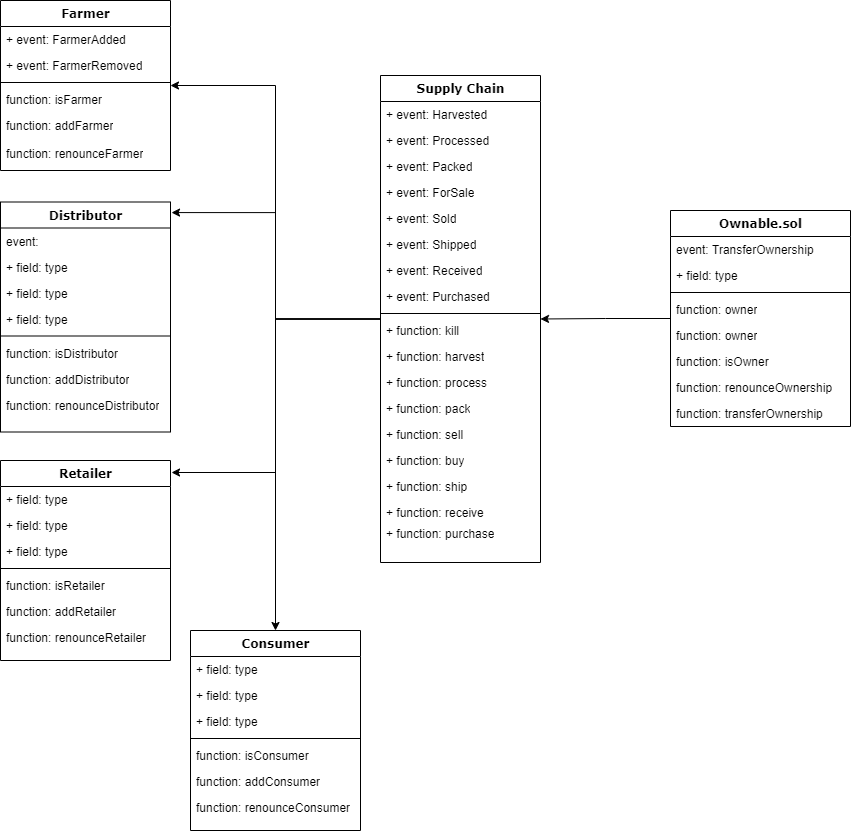
This is uml/clases.png from alejandroe4/EthereumDappforTrackingItemsthroughSupplyChain, a draw.io export, as it was before one commit. Source tidied: cells renumbered, new cells last; positions are measured from the earlier drawing's top-left corner, leaving out a move shared by most shapes.
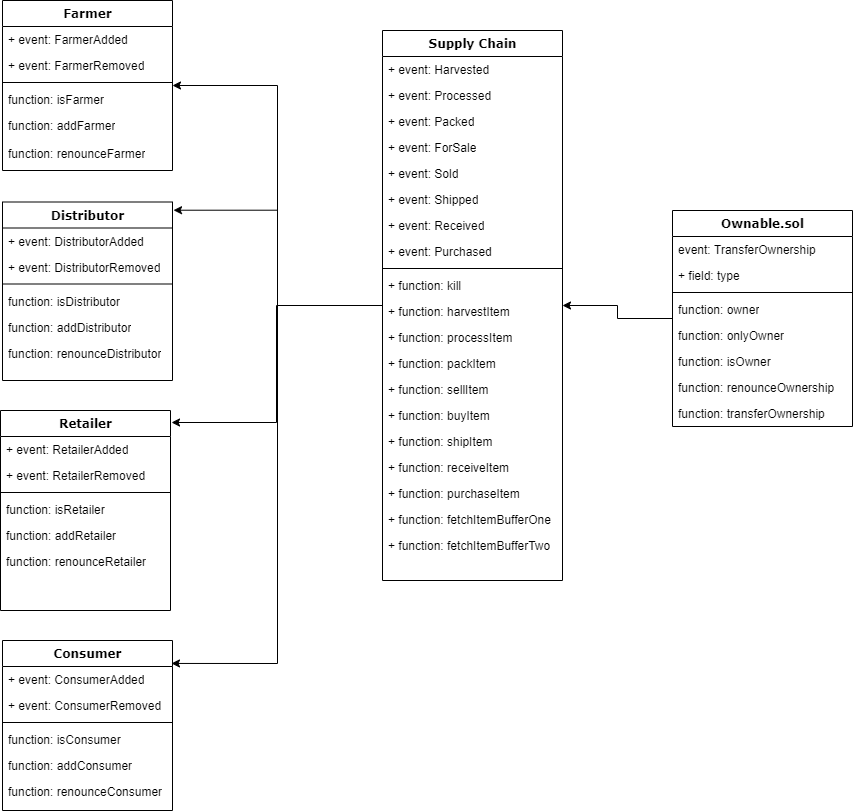
After the change.

What changed in the source:
```diff
@@ -29,63 +29,72 @@
     <mxCell id="10" style="edgeStyle=orthogonalEdgeStyle;rounded=0;jettySize=auto;html=1;" parent="1" edge="1" source="12" target="2">
       <mxGeometry relative="1" as="geometry" />
     </mxCell>
-    <mxCell id="11" style="edgeStyle=orthogonalEdgeStyle;rounded=0;jettySize=auto;html=1;" parent="1" edge="1" source="12" target="59">
+    <mxCell id="11" style="edgeStyle=orthogonalEdgeStyle;rounded=0;jettySize=auto;html=1;entryX=0.994;entryY=0.135;entryDx=0;entryDy=0;entryPerimeter=0;" parent="1" edge="1" source="12" target="59">
       <mxGeometry relative="1" as="geometry" />
     </mxCell>
     <mxCell id="12" value="Supply Chain" style="swimlane;html=1;fontStyle=1;align=center;verticalAlign=top;horizontal=1;startSize=26;swimlaneFillColor=#ffffff;rounded=0;shadow=0;comic=0;labelBackgroundColor=none;strokeWidth=1;fillColor=none;fontFamily=Verdana;fontSize=12;" parent="1" vertex="1">
-      <mxGeometry x="380" y="75" width="160" height="487" as="geometry" />
+      <mxGeometry x="380" y="30" width="180" height="550" as="geometry" />
     </mxCell>
     <mxCell id="13" value="+ event: Harvested" style="text;html=1;strokeColor=none;fillColor=none;align=left;verticalAlign=top;spacingLeft=4;spacingRight=4;whiteSpace=wrap;overflow=hidden;" parent="12" vertex="1">
-      <mxGeometry y="26" width="160" height="26" as="geometry" />
+      <mxGeometry y="26" width="180" height="26" as="geometry" />
     </mxCell>
     <mxCell id="14" value="+ event: Processed" style="text;html=1;strokeColor=none;fillColor=none;align=left;verticalAlign=top;spacingLeft=4;spacingRight=4;whiteSpace=wrap;overflow=hidden;" parent="12" vertex="1">
-      <mxGeometry y="52" width="160" height="26" as="geometry" />
+      <mxGeometry y="52" width="180" height="26" as="geometry" />
     </mxCell>
     <mxCell id="15" value="+ event: Packed" style="text;html=1;strokeColor=none;fillColor=none;align=left;verticalAlign=top;spacingLeft=4;spacingRight=4;whiteSpace=wrap;overflow=hidden;" parent="12" vertex="1">
-      <mxGeometry y="78" width="160" height="26" as="geometry" />
+      <mxGeometry y="78" width="180" height="26" as="geometry" />
     </mxCell>
     <mxCell id="16" value="+ event: ForSale" style="text;html=1;strokeColor=none;fillColor=none;align=left;verticalAlign=top;spacingLeft=4;spacingRight=4;whiteSpace=wrap;overflow=hidden;" parent="12" vertex="1">
-      <mxGeometry y="104" width="160" height="26" as="geometry" />
+      <mxGeometry y="104" width="180" height="26" as="geometry" />
     </mxCell>
     <mxCell id="17" value="+ event: Sold" style="text;html=1;strokeColor=none;fillColor=none;align=left;verticalAlign=top;spacingLeft=4;spacingRight=4;whiteSpace=wrap;overflow=hidden;" parent="12" vertex="1">
-      <mxGeometry y="130" width="160" height="26" as="geometry" />
+      <mxGeometry y="130" width="180" height="26" as="geometry" />
     </mxCell>
     <mxCell id="18" value="+ event: Shipped" style="text;html=1;strokeColor=none;fillColor=none;align=left;verticalAlign=top;spacingLeft=4;spacingRight=4;whiteSpace=wrap;overflow=hidden;" parent="12" vertex="1">
-      <mxGeometry y="156" width="160" height="26" as="geometry" />
+      <mxGeometry y="156" width="180" height="26" as="geometry" />
     </mxCell>
     <mxCell id="19" value="+ event: Received" style="text;html=1;strokeColor=none;fillColor=none;align=left;verticalAlign=top;spacingLeft=4;spacingRight=4;whiteSpace=wrap;overflow=hidden;" parent="12" vertex="1">
-      <mxGeometry y="182" width="160" height="26" as="geometry" />
+      <mxGeometry y="182" width="180" height="26" as="geometry" />
     </mxCell>
     <mxCell id="20" value="+ event: Purchased" style="text;html=1;strokeColor=none;fillColor=none;align=left;verticalAlign=top;spacingLeft=4;spacingRight=4;whiteSpace=wrap;overflow=hidden;" parent="12" vertex="1">
-      <mxGeometry y="208" width="160" height="26" as="geometry" />
+      <mxGeometry y="208" width="180" height="26" as="geometry" />
     </mxCell>
     <mxCell id="21" style="line;html=1;strokeWidth=1;fillColor=none;align=left;verticalAlign=middle;spacingTop=-1;spacingLeft=3;spacingRight=3;labelPosition=right;" parent="12" vertex="1">
-      <mxGeometry y="234" width="160" height="8" as="geometry" />
+      <mxGeometry y="234" width="180" height="8" as="geometry" />
     </mxCell>
     <mxCell id="22" value="+ function: kill" style="text;html=1;strokeColor=none;fillColor=none;align=left;verticalAlign=top;spacingLeft=4;spacingRight=4;whiteSpace=wrap;overflow=hidden;" parent="12" vertex="1">
-      <mxGeometry y="242" width="160" height="26" as="geometry" />
+      <mxGeometry y="242" width="180" height="26" as="geometry" />
     </mxCell>
-    <mxCell id="23" value="+ function: harvest" style="text;html=1;strokeColor=none;fillColor=none;align=left;verticalAlign=top;spacingLeft=4;spacingRight=4;whiteSpace=wrap;overflow=hidden;" parent="12" vertex="1">
-      <mxGeometry y="268" width="160" height="26" as="geometry" />
+    <mxCell id="23" value="+ function: harvestItem" style="text;html=1;strokeColor=none;fillColor=none;align=left;verticalAlign=top;spacingLeft=4;spacingRight=4;whiteSpace=wrap;overflow=hidden;" parent="12" vertex="1">
+      <mxGeometry y="268" width="180" height="26" as="geometry" />
     </mxCell>
-    <mxCell id="24" value="+ function: process" style="text;html=1;strokeColor=none;fillColor=none;align=left;verticalAlign=top;spacingLeft=4;spacingRight=4;whiteSpace=wrap;overflow=hidden;" parent="12" vertex="1">
-      <mxGeometry y="294" width="160" height="26" as="geometry" />
+    <mxCell id="24" value="+ function: processItem" style="text;html=1;strokeColor=none;fillColor=none;align=left;verticalAlign=top;spacingLeft=4;spacingRight=4;whiteSpace=wrap;overflow=hidden;" parent="12" vertex="1">
+      <mxGeometry y="294" width="180" height="26" as="geometry" />
     </mxCell>
-    <mxCell id="25" value="+ function: pack" style="text;html=1;strokeColor=none;fillColor=none;align=left;verticalAlign=top;spacingLeft=4;spacingRight=4;whiteSpace=wrap;overflow=hidden;" parent="12" vertex="1">
-      <mxGeometry y="320" width="160" height="26" as="geometry" />
+    <mxCell id="25" value="+ function: packItem" style="text;html=1;strokeColor=none;fillColor=none;align=left;verticalAlign=top;spacingLeft=4;spacingRight=4;whiteSpace=wrap;overflow=hidden;" parent="12" vertex="1">
+      <mxGeometry y="320" width="180" height="26" as="geometry" />
     </mxCell>
-    <mxCell id="26" value="+ function: sell" style="text;html=1;strokeColor=none;fillColor=none;align=left;verticalAlign=top;spacingLeft=4;spacingRight=4;whiteSpace=wrap;overflow=hidden;" parent="12" vertex="1">
-      <mxGeometry y="346" width="160" height="26" as="geometry" />
+    <mxCell id="26" value="+ function: sellItem" style="text;html=1;strokeColor=none;fillColor=none;align=left;verticalAlign=top;spacingLeft=4;spacingRight=4;whiteSpace=wrap;overflow=hidden;" parent="12" vertex="1">
+      <mxGeometry y="346" width="180" height="26" as="geometry" />
     </mxCell>
-    <mxCell id="27" value="+ function: buy" style="text;html=1;strokeColor=none;fillColor=none;align=left;verticalAlign=top;spacingLeft=4;spacingRight=4;whiteSpace=wrap;overflow=hidden;" parent="12" vertex="1">
-      <mxGeometry y="372" width="160" height="26" as="geometry" />
+    <mxCell id="27" value="+ function: buyItem" style="text;html=1;strokeColor=none;fillColor=none;align=left;verticalAlign=top;spacingLeft=4;spacingRight=4;whiteSpace=wrap;overflow=hidden;" parent="12" vertex="1">
+      <mxGeometry y="372" width="180" height="26" as="geometry" />
     </mxCell>
-    <mxCell id="28" value="+ function: ship" style="text;html=1;strokeColor=none;fillColor=none;align=left;verticalAlign=top;spacingLeft=4;spacingRight=4;whiteSpace=wrap;overflow=hidden;" parent="12" vertex="1">
-      <mxGeometry y="398" width="160" height="26" as="geometry" />
+    <mxCell id="28" value="+ function: shipItem" style="text;html=1;strokeColor=none;fillColor=none;align=left;verticalAlign=top;spacingLeft=4;spacingRight=4;whiteSpace=wrap;overflow=hidden;" parent="12" vertex="1">
+      <mxGeometry y="398" width="180" height="26" as="geometry" />
     </mxCell>
-    <mxCell id="29" value="+ function: receive" style="text;html=1;strokeColor=none;fillColor=none;align=left;verticalAlign=top;spacingLeft=4;spacingRight=4;whiteSpace=wrap;overflow=hidden;" parent="12" vertex="1">
-      <mxGeometry y="424" width="160" height="26" as="geometry" />
+    <mxCell id="29" value="+ function: receiveItem" style="text;html=1;strokeColor=none;fillColor=none;align=left;verticalAlign=top;spacingLeft=4;spacingRight=4;whiteSpace=wrap;overflow=hidden;" parent="12" vertex="1">
+      <mxGeometry y="424" width="180" height="26" as="geometry" />
     </mxCell>
+    <mxCell id="57" value="+ function: purchaseItem" style="text;html=1;strokeColor=none;fillColor=none;align=left;verticalAlign=top;spacingLeft=4;spacingRight=4;whiteSpace=wrap;overflow=hidden;" parent="12" vertex="1">
+      <mxGeometry y="450" width="180" height="26" as="geometry" />
+    </mxCell>
+    <mxCell id="67" value="+ function: fetchItemBufferOne" style="text;html=1;strokeColor=none;fillColor=none;align=left;verticalAlign=top;spacingLeft=4;spacingRight=4;whiteSpace=wrap;overflow=hidden;" parent="12" vertex="1">
+      <mxGeometry y="476" width="180" height="26" as="geometry" />
+    </mxCell>
+    <mxCell id="68" value="+ function:&amp;nbsp;fetchItemBufferTwo" style="text;html=1;strokeColor=none;fillColor=none;align=left;verticalAlign=top;spacingLeft=4;spacingRight=4;whiteSpace=wrap;overflow=hidden;" parent="12" vertex="1">
+      <mxGeometry y="502" width="180" height="26" as="geometry" />
+    </mxCell>
     <mxCell id="30" style="edgeStyle=orthogonalEdgeStyle;rounded=0;jettySize=auto;html=1;" parent="1" edge="1" source="31" target="12">
       <mxGeometry relative="1" as="geometry" />
     </mxCell>
@@ -104,7 +113,7 @@
     <mxCell id="35" value="function: owner" style="text;html=1;strokeColor=none;fillColor=none;align=left;verticalAlign=top;spacingLeft=4;spacingRight=4;whiteSpace=wrap;overflow=hidden;" parent="31" vertex="1">
       <mxGeometry y="86" width="180" height="26" as="geometry" />
     </mxCell>
-    <mxCell id="36" value="function: owner" style="text;html=1;strokeColor=none;fillColor=none;align=left;verticalAlign=top;spacingLeft=4;spacingRight=4;whiteSpace=wrap;overflow=hidden;" parent="31" vertex="1">
+    <mxCell id="36" value="function: onlyOwner" style="text;html=1;strokeColor=none;fillColor=none;align=left;verticalAlign=top;spacingLeft=4;spacingRight=4;whiteSpace=wrap;overflow=hidden;" parent="31" vertex="1">
       <mxGeometry y="112" width="180" height="26" as="geometry" />
     </mxCell>
     <mxCell id="37" value="function: isOwner" style="text;html=1;strokeColor=none;fillColor=none;align=left;verticalAlign=top;spacingLeft=4;spacingRight=4;whiteSpace=wrap;overflow=hidden;" parent="31" vertex="1">
@@ -117,85 +126,70 @@
       <mxGeometry y="190" width="180" height="26" as="geometry" />
     </mxCell>
     <mxCell id="40" value="Distributor" style="swimlane;html=1;fontStyle=1;align=center;verticalAlign=top;horizontal=1;startSize=26;swimlaneFillColor=#ffffff;rounded=0;shadow=0;comic=0;labelBackgroundColor=none;strokeWidth=1;fillColor=none;fontFamily=Verdana;fontSize=12;" parent="1" vertex="1">
-      <mxGeometry y="201.5" width="170" height="230" as="geometry" />
+      <mxGeometry y="201.5" width="170" height="178.5" as="geometry" />
     </mxCell>
-    <mxCell id="41" value="event:&amp;nbsp;" style="text;html=1;strokeColor=none;fillColor=none;align=left;verticalAlign=top;spacingLeft=4;spacingRight=4;whiteSpace=wrap;overflow=hidden;" parent="40" vertex="1">
+    <mxCell id="41" value="+ event: DistributorAdded" style="text;html=1;strokeColor=none;fillColor=none;align=left;verticalAlign=top;spacingLeft=4;spacingRight=4;whiteSpace=wrap;overflow=hidden;" parent="40" vertex="1">
       <mxGeometry y="26" width="170" height="26" as="geometry" />
     </mxCell>
-    <mxCell id="42" value="+ field: type" style="text;html=1;strokeColor=none;fillColor=none;align=left;verticalAlign=top;spacingLeft=4;spacingRight=4;whiteSpace=wrap;overflow=hidden;" parent="40" vertex="1">
+    <mxCell id="42" value="+ event: DistributorRemoved" style="text;html=1;strokeColor=none;fillColor=none;align=left;verticalAlign=top;spacingLeft=4;spacingRight=4;whiteSpace=wrap;overflow=hidden;" parent="40" vertex="1">
       <mxGeometry y="52" width="170" height="26" as="geometry" />
     </mxCell>
-    <mxCell id="43" value="+ field: type" style="text;html=1;strokeColor=none;fillColor=none;align=left;verticalAlign=top;spacingLeft=4;spacingRight=4;whiteSpace=wrap;overflow=hidden;" parent="40" vertex="1">
-      <mxGeometry y="78" width="170" height="26" as="geometry" />
-    </mxCell>
-    <mxCell id="44" value="+ field: type" style="text;html=1;strokeColor=none;fillColor=none;align=left;verticalAlign=top;spacingLeft=4;spacingRight=4;whiteSpace=wrap;overflow=hidden;" parent="40" vertex="1">
-      <mxGeometry y="104" width="170" height="26" as="geometry" />
-    </mxCell>
     <mxCell id="45" style="line;html=1;strokeWidth=1;fillColor=none;align=left;verticalAlign=middle;spacingTop=-1;spacingLeft=3;spacingRight=3;labelPosition=right;" parent="40" vertex="1">
-      <mxGeometry y="130" width="170" height="8" as="geometry" />
+      <mxGeometry y="78" width="170" height="8" as="geometry" />
     </mxCell>
     <mxCell id="46" value="function: isDistributor" style="text;html=1;strokeColor=none;fillColor=none;align=left;verticalAlign=top;spacingLeft=4;spacingRight=4;whiteSpace=wrap;overflow=hidden;" parent="40" vertex="1">
-      <mxGeometry y="138" width="170" height="26" as="geometry" />
+      <mxGeometry y="86" width="170" height="26" as="geometry" />
     </mxCell>
     <mxCell id="47" value="function: addDistributor" style="text;html=1;strokeColor=none;fillColor=none;align=left;verticalAlign=top;spacingLeft=4;spacingRight=4;whiteSpace=wrap;overflow=hidden;" parent="40" vertex="1">
-      <mxGeometry y="164" width="170" height="26" as="geometry" />
+      <mxGeometry y="112" width="170" height="26" as="geometry" />
     </mxCell>
     <mxCell id="48" value="function: renounceDistributor" style="text;html=1;strokeColor=none;fillColor=none;align=left;verticalAlign=top;spacingLeft=4;spacingRight=4;whiteSpace=wrap;overflow=hidden;" parent="40" vertex="1">
-      <mxGeometry y="190" width="170" height="26" as="geometry" />
+      <mxGeometry y="138" width="170" height="26" as="geometry" />
     </mxCell>
     <mxCell id="49" value="Retailer" style="swimlane;html=1;fontStyle=1;align=center;verticalAlign=top;horizontal=1;startSize=26;swimlaneFillColor=#ffffff;rounded=0;shadow=0;comic=0;labelBackgroundColor=none;strokeWidth=1;fillColor=none;fontFamily=Verdana;fontSize=12;" parent="1" vertex="1">
-      <mxGeometry y="460" width="170" height="200" as="geometry" />
+      <mxGeometry x="-2" y="410" width="170" height="200" as="geometry" />
     </mxCell>
-    <mxCell id="50" value="+ field: type" style="text;html=1;strokeColor=none;fillColor=none;align=left;verticalAlign=top;spacingLeft=4;spacingRight=4;whiteSpace=wrap;overflow=hidden;" parent="49" vertex="1">
+    <mxCell id="50" value="+ event: RetailerAdded" style="text;html=1;strokeColor=none;fillColor=none;align=left;verticalAlign=top;spacingLeft=4;spacingRight=4;whiteSpace=wrap;overflow=hidden;" parent="49" vertex="1">
       <mxGeometry y="26" width="170" height="26" as="geometry" />
     </mxCell>
-    <mxCell id="51" value="+ field: type" style="text;html=1;strokeColor=none;fillColor=none;align=left;verticalAlign=top;spacingLeft=4;spacingRight=4;whiteSpace=wrap;overflow=hidden;" parent="49" vertex="1">
+    <mxCell id="51" value="+ event: RetailerRemoved" style="text;html=1;strokeColor=none;fillColor=none;align=left;verticalAlign=top;spacingLeft=4;spacingRight=4;whiteSpace=wrap;overflow=hidden;" parent="49" vertex="1">
       <mxGeometry y="52" width="170" height="26" as="geometry" />
     </mxCell>
-    <mxCell id="52" value="+ field: type" style="text;html=1;strokeColor=none;fillColor=none;align=left;verticalAlign=top;spacingLeft=4;spacingRight=4;whiteSpace=wrap;overflow=hidden;" parent="49" vertex="1">
-      <mxGeometry y="78" width="170" height="26" as="geometry" />
-    </mxCell>
     <mxCell id="53" style="line;html=1;strokeWidth=1;fillColor=none;align=left;verticalAlign=middle;spacingTop=-1;spacingLeft=3;spacingRight=3;labelPosition=right;" parent="49" vertex="1">
-      <mxGeometry y="104" width="170" height="8" as="geometry" />
+      <mxGeometry y="78" width="170" height="8" as="geometry" />
     </mxCell>
     <mxCell id="54" value="function: isRetailer" style="text;html=1;strokeColor=none;fillColor=none;align=left;verticalAlign=top;spacingLeft=4;spacingRight=4;whiteSpace=wrap;overflow=hidden;" parent="49" vertex="1">
-      <mxGeometry y="112" width="170" height="26" as="geometry" />
+      <mxGeometry y="86" width="170" height="26" as="geometry" />
     </mxCell>
     <mxCell id="55" value="function: addRetailer" style="text;html=1;strokeColor=none;fillColor=none;align=left;verticalAlign=top;spacingLeft=4;spacingRight=4;whiteSpace=wrap;overflow=hidden;" parent="49" vertex="1">
-      <mxGeometry y="138" width="170" height="26" as="geometry" />
+      <mxGeometry y="112" width="170" height="26" as="geometry" />
     </mxCell>
     <mxCell id="56" value="function: renounceRetailer" style="text;html=1;strokeColor=none;fillColor=none;align=left;verticalAlign=top;spacingLeft=4;spacingRight=4;whiteSpace=wrap;overflow=hidden;" parent="49" vertex="1">
-      <mxGeometry y="164" width="170" height="26" as="geometry" />
+      <mxGeometry y="138" width="170" height="26" as="geometry" />
     </mxCell>
-    <mxCell id="57" value="+ function: purchase" style="text;html=1;strokeColor=none;fillColor=none;align=left;verticalAlign=top;spacingLeft=4;spacingRight=4;whiteSpace=wrap;overflow=hidden;" parent="1" vertex="1">
-      <mxGeometry x="380" y="520" width="160" height="26" as="geometry" />
-    </mxCell>
     <mxCell id="58" value="function: renounceFarmer" style="text;html=1;strokeColor=none;fillColor=none;align=left;verticalAlign=top;spacingLeft=4;spacingRight=4;whiteSpace=wrap;overflow=hidden;" parent="1" vertex="1">
       <mxGeometry y="140" width="160" height="26" as="geometry" />
     </mxCell>
     <mxCell id="59" value="Consumer" style="swimlane;html=1;fontStyle=1;align=center;verticalAlign=top;horizontal=1;startSize=26;swimlaneFillColor=#ffffff;rounded=0;shadow=0;comic=0;labelBackgroundColor=none;strokeWidth=1;fillColor=none;fontFamily=Verdana;fontSize=12;" parent="1" vertex="1">
-      <mxGeometry x="190" y="630" width="170" height="200" as="geometry" />
+      <mxGeometry y="640" width="170" height="170" as="geometry" />
     </mxCell>
-    <mxCell id="60" value="+ field: type" style="text;html=1;strokeColor=none;fillColor=none;align=left;verticalAlign=top;spacingLeft=4;spacingRight=4;whiteSpace=wrap;overflow=hidden;" parent="59" vertex="1">
+    <mxCell id="60" value="+ event: ConsumerAdded" style="text;html=1;strokeColor=none;fillColor=none;align=left;verticalAlign=top;spacingLeft=4;spacingRight=4;whiteSpace=wrap;overflow=hidden;" parent="59" vertex="1">
       <mxGeometry y="26" width="170" height="26" as="geometry" />
     </mxCell>
-    <mxCell id="61" value="+ field: type" style="text;html=1;strokeColor=none;fillColor=none;align=left;verticalAlign=top;spacingLeft=4;spacingRight=4;whiteSpace=wrap;overflow=hidden;" parent="59" vertex="1">
+    <mxCell id="61" value="+ event: ConsumerRemoved" style="text;html=1;strokeColor=none;fillColor=none;align=left;verticalAlign=top;spacingLeft=4;spacingRight=4;whiteSpace=wrap;overflow=hidden;" parent="59" vertex="1">
       <mxGeometry y="52" width="170" height="26" as="geometry" />
     </mxCell>
-    <mxCell id="62" value="+ field: type" style="text;html=1;strokeColor=none;fillColor=none;align=left;verticalAlign=top;spacingLeft=4;spacingRight=4;whiteSpace=wrap;overflow=hidden;" parent="59" vertex="1">
-      <mxGeometry y="78" width="170" height="26" as="geometry" />
-    </mxCell>
     <mxCell id="63" style="line;html=1;strokeWidth=1;fillColor=none;align=left;verticalAlign=middle;spacingTop=-1;spacingLeft=3;spacingRight=3;labelPosition=right;" parent="59" vertex="1">
-      <mxGeometry y="104" width="170" height="8" as="geometry" />
+      <mxGeometry y="78" width="170" height="8" as="geometry" />
     </mxCell>
     <mxCell id="64" value="function: isConsumer" style="text;html=1;strokeColor=none;fillColor=none;align=left;verticalAlign=top;spacingLeft=4;spacingRight=4;whiteSpace=wrap;overflow=hidden;" parent="59" vertex="1">
-      <mxGeometry y="112" width="170" height="26" as="geometry" />
+      <mxGeometry y="86" width="170" height="26" as="geometry" />
     </mxCell>
     <mxCell id="65" value="function: addConsumer" style="text;html=1;strokeColor=none;fillColor=none;align=left;verticalAlign=top;spacingLeft=4;spacingRight=4;whiteSpace=wrap;overflow=hidden;" parent="59" vertex="1">
-      <mxGeometry y="138" width="170" height="26" as="geometry" />
+      <mxGeometry y="112" width="170" height="26" as="geometry" />
     </mxCell>
     <mxCell id="66" value="function: renounceConsumer" style="text;html=1;strokeColor=none;fillColor=none;align=left;verticalAlign=top;spacingLeft=4;spacingRight=4;whiteSpace=wrap;overflow=hidden;" parent="59" vertex="1">
-      <mxGeometry y="164" width="170" height="26" as="geometry" />
+      <mxGeometry y="138" width="170" height="26" as="geometry" />
     </mxCell>
   </root>
 </mxGraphModel>
```
